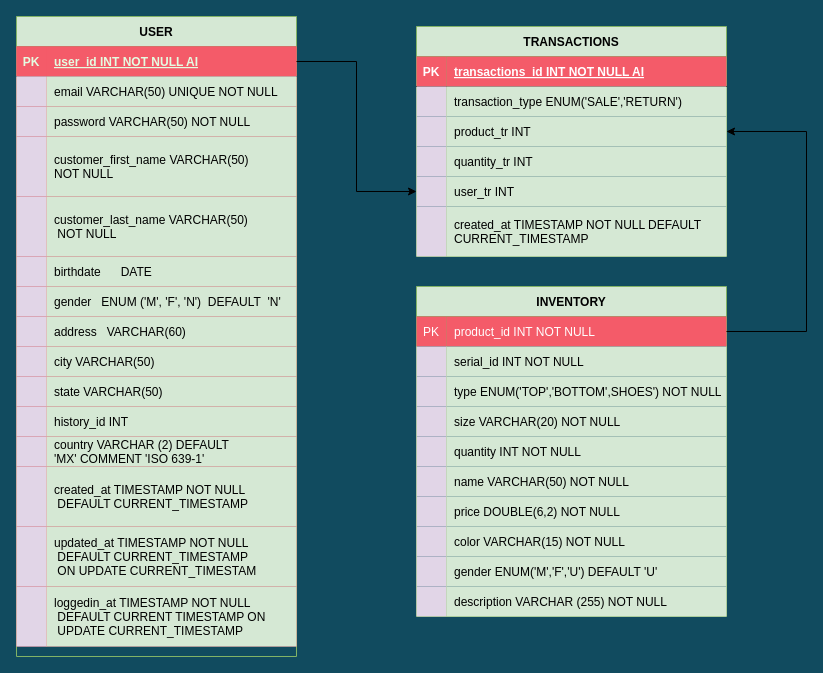
Before: Untitled Diagram.drawio in UTCh-BIS-Team/Entity-Relationship-Model, a draw.io diagram. Source tidied: cells renumbered, new cells numbered last; positions are measured from the earlier drawing's top-left corner, leaving out a move shared by most shapes. Both pictures are drawn from the tidied source at 100%, with x=0, y=0 at pixel (16, 16).
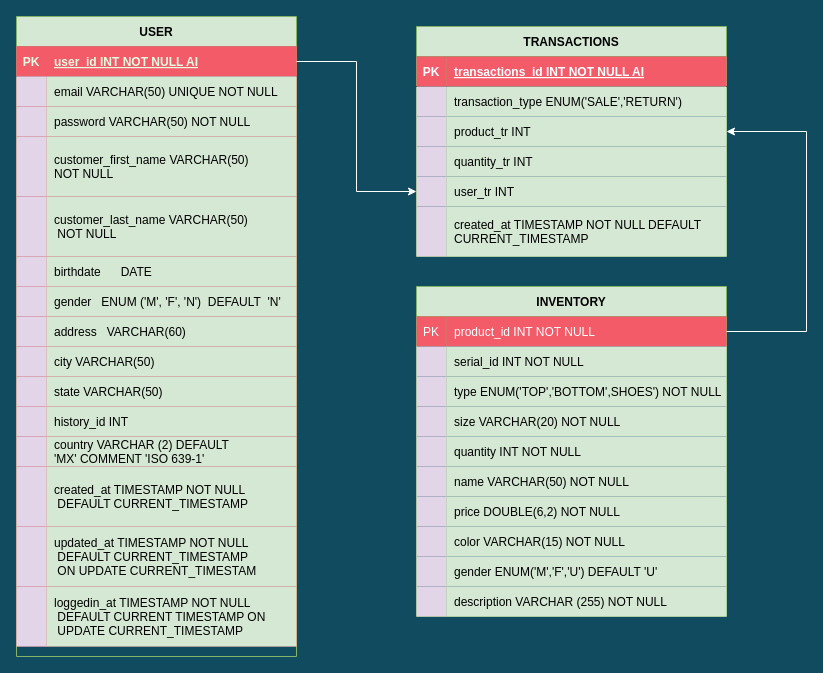
The same page after the edit.

Unchanged cells that the change refers to:
```xml
<mxCell id="3" style="shape=partialRectangle;fillColor=#F45B69;points=[[0,0.5],[1,0.5]];portConstraint=eastwest;top=0;left=0;right=0;bottom=1;strokeColor=#028090;fontColor=#E4FDE1;" parent="2" vertex="1">
  <mxGeometry y="30" width="280" height="30" as="geometry" />
</mxCell>
<mxCell id="56" style="shape=partialRectangle;fillColor=none;top=0;left=0;bottom=0;right=0;points=[[0,0.5],[1,0.5]];portConstraint=eastwest;" parent="49" vertex="1">
  <mxGeometry y="90" width="310" height="30" as="geometry" />
</mxCell>
<mxCell id="62" style="shape=partialRectangle;fillColor=none;top=0;left=0;bottom=0;right=0;points=[[0,0.5],[1,0.5]];portConstraint=eastwest;" parent="49" vertex="1">
  <mxGeometry y="150" width="310" height="30" as="geometry" />
</mxCell>
<mxCell id="69" style="shape=partialRectangle;fillColor=none;top=0;left=0;bottom=0;right=0;points=[[0,0.5],[1,0.5]];portConstraint=eastwest;" parent="68" vertex="1">
  <mxGeometry y="30" width="310" height="30" as="geometry" />
</mxCell>
```

The edit, as a diff of the source:
```diff
@@
-    <mxCell id="48" style="edgeStyle=orthogonalEdgeStyle;rounded=0;jettySize=auto;html=1;entryX=0;entryY=0.5;entryDx=0;entryDy=0;fontColor=#FFFFFF;" parent="1" edge="1" source="3" target="62">
+    <mxCell id="48" style="edgeStyle=orthogonalEdgeStyle;rounded=0;jettySize=auto;html=1;entryX=0;entryY=0.5;entryDx=0;entryDy=0;fontColor=#FFFFFF;strokeColor=#FFFFFF;" parent="1" edge="1" source="3" target="62">
       <mxGeometry relative="1" as="geometry" />
     </mxCell>
@@
-    <mxCell id="99" style="edgeStyle=orthogonalEdgeStyle;rounded=0;jettySize=auto;html=1;entryX=1;entryY=0.5;entryDx=0;entryDy=0;fontColor=#FFFFFF;" parent="1" edge="1" source="69" target="56">
+    <mxCell id="99" style="edgeStyle=orthogonalEdgeStyle;rounded=0;jettySize=auto;html=1;entryX=1;entryY=0.5;entryDx=0;entryDy=0;fontColor=#FFFFFF;strokeColor=#FFFFFF;" parent="1" edge="1" source="69" target="56">
       <mxGeometry relative="1" as="geometry">
         <Array as="points">
           <mxPoint x="790" y="315" />
           <mxPoint x="790" y="115" />
         </Array>
       </mxGeometry>
     </mxCell>
```
